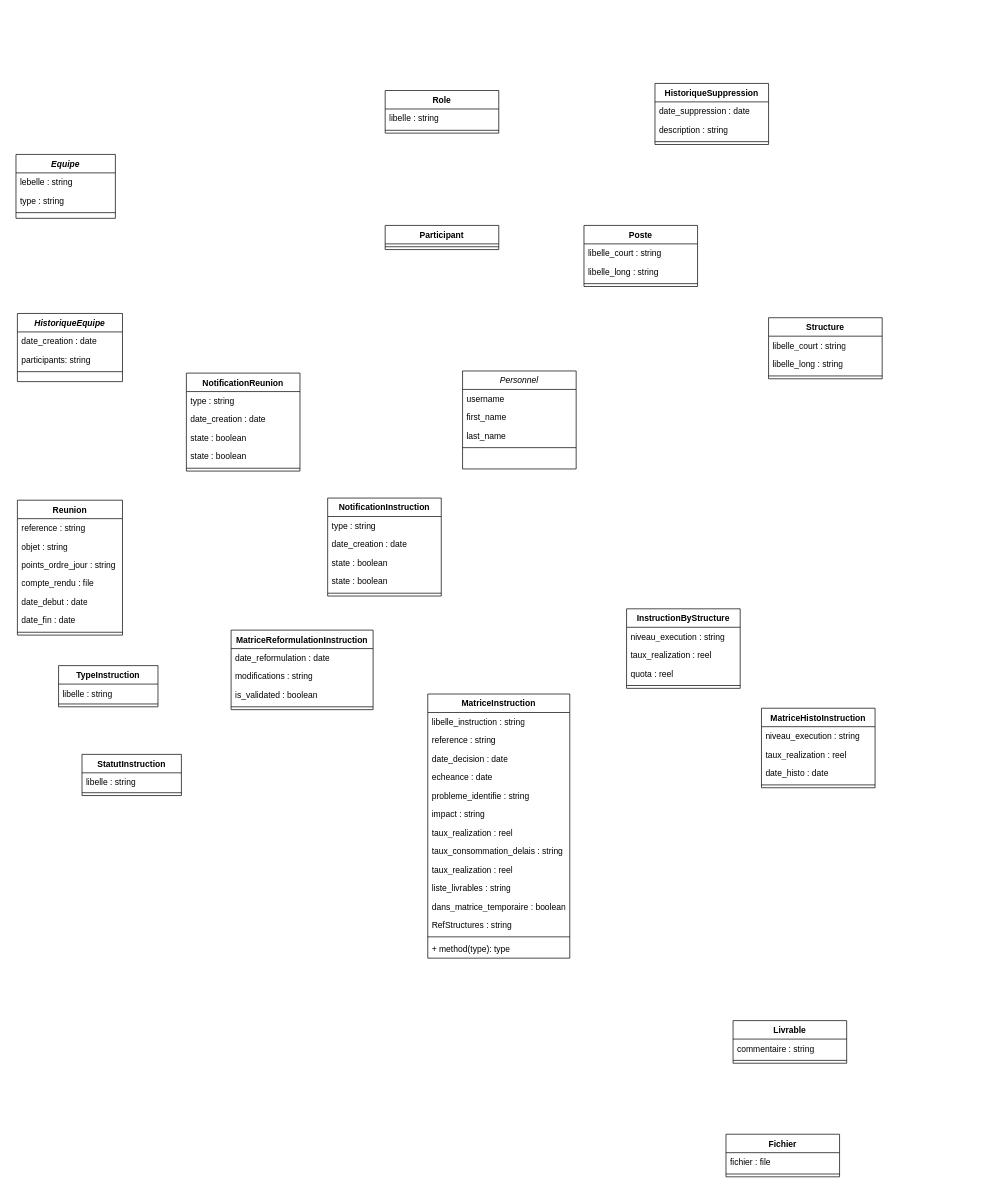
CabrelFeukeng/pp keeps this draw.io diagram as diagramme_classes_technique.drawio. Above is the earlier version. Source tidied: cells renumbered, new cells numbered last; positions are measured from the earlier drawing's top-left corner, leaving out a move shared by most shapes. Both pictures are drawn from the tidied source at 71%, with x=0, y=0 at pixel (16, 83).
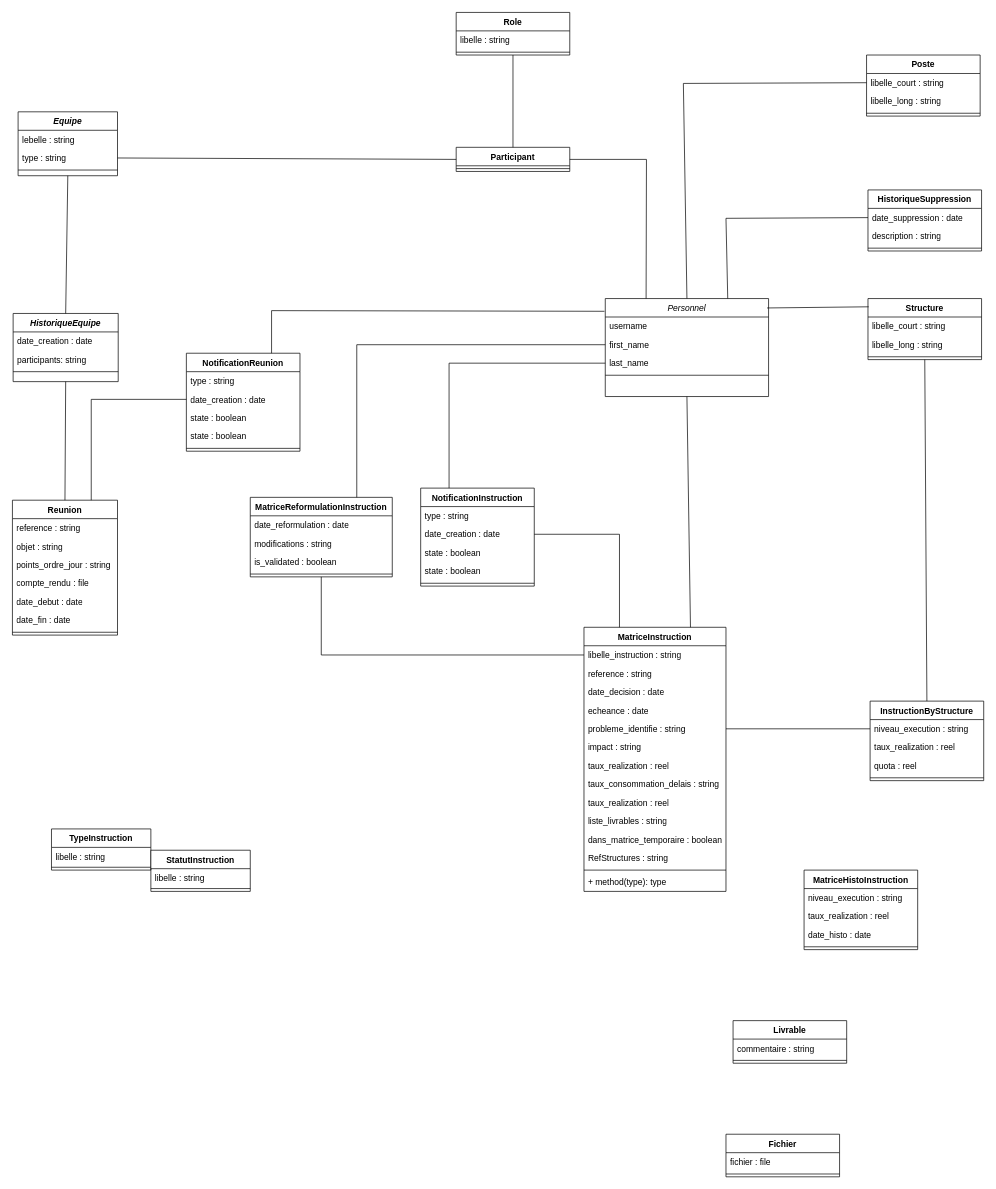
The same page after the edit.

Commit message (it also covers changes not shown here):
Mettre à jour diagramme_classes_technique.drawio

Unchanged cells that the change refers to:
```xml
<mxCell id="9" value="type : string" style="text;align=left;verticalAlign=top;spacingLeft=4;spacingRight=4;overflow=hidden;points=[[0,0.5],[1,0.5]];portConstraint=eastwest;rounded=0;shadow=0;html=0;" parent="7" vertex="1">
  <mxGeometry y="52" width="140" height="26" as="geometry" />
</mxCell>
<mxCell id="31" value="date_creation : date" style="text;strokeColor=none;fillColor=none;align=left;verticalAlign=top;spacingLeft=4;spacingRight=4;overflow=hidden;points=[[0,0.5],[1,0.5]];portConstraint=eastwest;whiteSpace=wrap;html=1;" parent="29" vertex="1">
  <mxGeometry y="52" width="160" height="26" as="geometry" />
</mxCell>
<mxCell id="37" value="date_creation : date" style="text;strokeColor=none;fillColor=none;align=left;verticalAlign=top;spacingLeft=4;spacingRight=4;overflow=hidden;points=[[0,0.5],[1,0.5]];portConstraint=eastwest;whiteSpace=wrap;html=1;" parent="35" vertex="1">
  <mxGeometry y="52" width="160" height="26" as="geometry" />
</mxCell>
<mxCell id="47" value="libelle_instruction : string" style="text;strokeColor=none;fillColor=none;align=left;verticalAlign=top;spacingLeft=4;spacingRight=4;overflow=hidden;points=[[0,0.5],[1,0.5]];portConstraint=eastwest;whiteSpace=wrap;html=1;" parent="46" vertex="1">
  <mxGeometry y="26" width="200" height="26" as="geometry" />
</mxCell>
<mxCell id="51" value="probleme_identifie : string" style="text;strokeColor=none;fillColor=none;align=left;verticalAlign=top;spacingLeft=4;spacingRight=4;overflow=hidden;points=[[0,0.5],[1,0.5]];portConstraint=eastwest;whiteSpace=wrap;html=1;" parent="46" vertex="1">
  <mxGeometry y="130" width="200" height="26" as="geometry" />
</mxCell>
<mxCell id="67" value="niveau_execution : string" style="text;strokeColor=none;fillColor=none;align=left;verticalAlign=top;spacingLeft=4;spacingRight=4;overflow=hidden;points=[[0,0.5],[1,0.5]];portConstraint=eastwest;whiteSpace=wrap;html=1;" parent="66" vertex="1">
  <mxGeometry y="26" width="160" height="26" as="geometry" />
</mxCell>
<mxCell id="87" value="libelle_court : string" style="text;strokeColor=none;fillColor=none;align=left;verticalAlign=top;spacingLeft=4;spacingRight=4;overflow=hidden;points=[[0,0.5],[1,0.5]];portConstraint=eastwest;whiteSpace=wrap;html=1;" parent="86" vertex="1">
  <mxGeometry y="26" width="160" height="26" as="geometry" />
</mxCell>
<mxCell id="91" value="date_suppression : date" style="text;strokeColor=none;fillColor=none;align=left;verticalAlign=top;spacingLeft=4;spacingRight=4;overflow=hidden;points=[[0,0.5],[1,0.5]];portConstraint=eastwest;whiteSpace=wrap;html=1;" parent="90" vertex="1">
  <mxGeometry y="26" width="160" height="26" as="geometry" />
</mxCell>
```

Change to the diagram source:
```diff
@@
     <mxCell id="2" value="Personnel" style="swimlane;fontStyle=2;align=center;verticalAlign=top;horizontal=1;startSize=26;rounded=0;shadow=0;strokeWidth=1;" parent="1" vertex="1">
-      <mxGeometry x="629" y="405" width="160" height="138" as="geometry" />
+      <mxGeometry x="830" y="303" width="230" height="138" as="geometry" />
     </mxCell>
     <mxCell id="3" value="username" style="text;align=left;verticalAlign=top;spacingLeft=4;spacingRight=4;overflow=hidden;" parent="2" vertex="1">
-      <mxGeometry y="26" width="160" height="26" as="geometry" />
+      <mxGeometry y="26" width="230" height="26" as="geometry" />
     </mxCell>
     <mxCell id="4" value="first_name" style="text;align=left;verticalAlign=top;spacingLeft=4;spacingRight=4;overflow=hidden;points=[[0,0.5],[1,0.5]];portConstraint=eastwest;rounded=0;shadow=0;html=0;" parent="2" vertex="1">
-      <mxGeometry y="52" width="160" height="26" as="geometry" />
+      <mxGeometry y="52" width="230" height="26" as="geometry" />
     </mxCell>
     <mxCell id="5" value="last_name" style="text;align=left;verticalAlign=top;spacingLeft=4;spacingRight=4;overflow=hidden;points=[[0,0.5],[1,0.5]];portConstraint=eastwest;rounded=0;shadow=0;html=0;" parent="2" vertex="1">
-      <mxGeometry y="78" width="160" height="26" as="geometry" />
+      <mxGeometry y="78" width="230" height="26" as="geometry" />
     </mxCell>
     <mxCell id="6" style="line;html=1;strokeWidth=1;align=left;verticalAlign=middle;spacingTop=-1;spacingLeft=3;spacingRight=3;labelPosition=right;" parent="2" vertex="1">
-      <mxGeometry y="104" width="160" height="8" as="geometry" />
+      <mxGeometry y="104" width="230" height="8" as="geometry" />
     </mxCell>
     <mxCell id="7" value="Equipe" style="swimlane;fontStyle=3;align=center;verticalAlign=top;horizontal=1;startSize=26;rounded=0;shadow=0;strokeWidth=1;" parent="1" vertex="1">
-      <mxGeometry y="100" width="140" height="90" as="geometry" />
+      <mxGeometry x="3" y="40" width="140" height="90" as="geometry" />
     </mxCell>
@@
     <mxCell id="11" value="HistoriqueEquipe" style="swimlane;fontStyle=3;align=center;verticalAlign=top;horizontal=1;startSize=26;rounded=0;shadow=0;strokeWidth=1;" parent="1" vertex="1">
-      <mxGeometry x="2" y="324" width="148" height="96" as="geometry" />
+      <mxGeometry x="-4" y="324" width="148" height="96" as="geometry" />
     </mxCell>
@@
     <mxCell id="15" value="Reunion" style="swimlane;fontStyle=1;align=center;verticalAlign=top;horizontal=1;startSize=26;whiteSpace=wrap;html=1;" parent="1" vertex="1">
-      <mxGeometry x="2" y="587" width="148" height="190" as="geometry" />
+      <mxGeometry x="-5" y="587" width="148" height="190" as="geometry" />
     </mxCell>
@@
     <mxCell id="23" value="TypeInstruction" style="swimlane;fontStyle=1;align=center;verticalAlign=top;horizontal=1;startSize=26;whiteSpace=wrap;html=1;" parent="1" vertex="1">
-      <mxGeometry x="60" y="820" width="140" height="58" as="geometry" />
+      <mxGeometry x="50" y="1050" width="140" height="58" as="geometry" />
     </mxCell>
@@
     <mxCell id="26" value="StatutInstruction" style="swimlane;fontStyle=1;align=center;verticalAlign=top;horizontal=1;startSize=26;whiteSpace=wrap;html=1;" parent="1" vertex="1">
-      <mxGeometry x="93" y="945" width="140" height="58" as="geometry" />
+      <mxGeometry x="190" y="1080" width="140" height="58" as="geometry" />
     </mxCell>
@@
     <mxCell id="29" value="NotificationReunion" style="swimlane;fontStyle=1;align=center;verticalAlign=top;horizontal=1;startSize=26;whiteSpace=wrap;html=1;" parent="1" vertex="1">
-      <mxGeometry x="240" y="408" width="160" height="138" as="geometry" />
+      <mxGeometry x="240" y="380" width="160" height="138" as="geometry" />
     </mxCell>
@@
     <mxCell id="35" value="NotificationInstruction" style="swimlane;fontStyle=1;align=center;verticalAlign=top;horizontal=1;startSize=26;whiteSpace=wrap;html=1;" parent="1" vertex="1">
-      <mxGeometry x="439" y="584" width="160" height="138" as="geometry" />
+      <mxGeometry x="570" y="570" width="160" height="138" as="geometry" />
     </mxCell>
@@
     <mxCell id="41" value="MatriceReformulationInstruction" style="swimlane;fontStyle=1;align=center;verticalAlign=top;horizontal=1;startSize=26;whiteSpace=wrap;html=1;" parent="1" vertex="1">
-      <mxGeometry x="303" y="770" width="200" height="112" as="geometry" />
+      <mxGeometry x="330" y="583" width="200" height="112" as="geometry" />
     </mxCell>
@@
     <mxCell id="46" value="MatriceInstruction" style="swimlane;fontStyle=1;align=center;verticalAlign=top;horizontal=1;startSize=26;whiteSpace=wrap;html=1;" parent="1" vertex="1">
-      <mxGeometry x="580" y="860" width="200" height="372" as="geometry" />
+      <mxGeometry x="800" y="766" width="200" height="372" as="geometry" />
     </mxCell>
@@
     <mxCell id="61" value="MatriceHistoInstruction" style="swimlane;fontStyle=1;align=center;verticalAlign=top;horizontal=1;startSize=26;whiteSpace=wrap;html=1;" parent="1" vertex="1">
-      <mxGeometry x="1050" y="880" width="160" height="112" as="geometry" />
+      <mxGeometry x="1110" y="1108" width="160" height="112" as="geometry" />
     </mxCell>
@@
     <mxCell id="66" value="InstructionByStructure" style="swimlane;fontStyle=1;align=center;verticalAlign=top;horizontal=1;startSize=26;whiteSpace=wrap;html=1;" parent="1" vertex="1">
-      <mxGeometry x="860" y="740" width="160" height="112" as="geometry" />
+      <mxGeometry x="1203" y="870" width="160" height="112" as="geometry" />
     </mxCell>
@@
     <mxCell id="71" value="Participant" style="swimlane;fontStyle=1;align=center;verticalAlign=top;horizontal=1;startSize=26;whiteSpace=wrap;html=1;" parent="1" vertex="1">
-      <mxGeometry x="520" y="200" width="160" height="34" as="geometry" />
+      <mxGeometry x="620" y="90" width="160" height="34" as="geometry" />
     </mxCell>
@@
     <mxCell id="73" value="Role" style="swimlane;fontStyle=1;align=center;verticalAlign=top;horizontal=1;startSize=26;whiteSpace=wrap;html=1;" parent="1" vertex="1">
-      <mxGeometry x="520" y="10" width="160" height="60" as="geometry" />
+      <mxGeometry x="620" y="-100" width="160" height="60" as="geometry" />
     </mxCell>
@@
     <mxCell id="82" value="Structure" style="swimlane;fontStyle=1;align=center;verticalAlign=top;horizontal=1;startSize=26;whiteSpace=wrap;html=1;" parent="1" vertex="1">
-      <mxGeometry x="1060" y="330" width="160" height="86" as="geometry" />
+      <mxGeometry x="1200" y="303" width="160" height="86" as="geometry" />
     </mxCell>
@@
     <mxCell id="86" value="Poste" style="swimlane;fontStyle=1;align=center;verticalAlign=top;horizontal=1;startSize=26;whiteSpace=wrap;html=1;" parent="1" vertex="1">
-      <mxGeometry x="800" y="200" width="160" height="86" as="geometry" />
+      <mxGeometry x="1198" y="-40" width="160" height="86" as="geometry" />
     </mxCell>
@@
     <mxCell id="90" value="HistoriqueSuppression" style="swimlane;fontStyle=1;align=center;verticalAlign=top;horizontal=1;startSize=26;whiteSpace=wrap;html=1;" parent="1" vertex="1">
-      <mxGeometry x="900" width="160" height="86" as="geometry" />
+      <mxGeometry x="1200" y="150" width="160" height="86" as="geometry" />
     </mxCell>
@@
+    <mxCell id="94" style="endArrow=none;html=1;rounded=0;entryX=0.5;entryY=1;entryDx=0;entryDy=0;exitX=0.5;exitY=0;exitDx=0;exitDy=0;" parent="1" edge="1" source="11" target="7">
+      <mxGeometry relative="1" as="geometry" />
+    </mxCell>
+    <mxCell id="95" style="endArrow=none;html=1;rounded=0;entryX=0.5;entryY=1;entryDx=0;entryDy=0;exitX=0.5;exitY=0;exitDx=0;exitDy=0;" parent="1" edge="1" source="15" target="11">
+      <mxGeometry relative="1" as="geometry" />
+    </mxCell>
+    <mxCell id="96" style="endArrow=none;html=1;rounded=0;entryX=0;entryY=0.5;entryDx=0;entryDy=0;exitX=0.75;exitY=0;exitDx=0;exitDy=0;" parent="1" edge="1" source="15" target="31">
+      <mxGeometry relative="1" as="geometry">
+        <Array as="points">
+          <mxPoint x="106" y="445" />
+        </Array>
+      </mxGeometry>
+    </mxCell>
+    <mxCell id="97" style="endArrow=none;html=1;rounded=0;entryX=0.5;entryY=1;entryDx=0;entryDy=0;exitX=0;exitY=0.5;exitDx=0;exitDy=0;" parent="1" edge="1" source="47" target="41">
+      <mxGeometry relative="1" as="geometry">
+        <Array as="points">
+          <mxPoint x="430" y="805" />
+        </Array>
+      </mxGeometry>
+    </mxCell>
+    <mxCell id="98" style="endArrow=none;html=1;rounded=0;exitX=0.75;exitY=0;exitDx=0;exitDy=0;entryX=-0.005;entryY=0.13;entryDx=0;entryDy=0;entryPerimeter=0;" parent="1" edge="1" source="29" target="2">
+      <mxGeometry relative="1" as="geometry">
+        <Array as="points">
+          <mxPoint x="360" y="320" />
+        </Array>
+      </mxGeometry>
+    </mxCell>
+    <mxCell id="99" style="endArrow=none;html=1;rounded=0;exitX=0.75;exitY=0;exitDx=0;exitDy=0;entryX=0;entryY=0.5;entryDx=0;entryDy=0;" parent="1" edge="1" source="41" target="4">
+      <mxGeometry relative="1" as="geometry">
+        <Array as="points">
+          <mxPoint x="480" y="368" />
+        </Array>
+      </mxGeometry>
+    </mxCell>
+    <mxCell id="100" style="endArrow=none;html=1;rounded=0;entryX=0;entryY=0.5;entryDx=0;entryDy=0;exitX=0.25;exitY=0;exitDx=0;exitDy=0;" parent="1" edge="1" source="35" target="5">
+      <mxGeometry relative="1" as="geometry">
+        <Array as="points">
+          <mxPoint x="610" y="394" />
+        </Array>
+      </mxGeometry>
+    </mxCell>
+    <mxCell id="101" style="endArrow=none;html=1;rounded=0;exitX=0.25;exitY=0;exitDx=0;exitDy=0;entryX=1;entryY=0.5;entryDx=0;entryDy=0;" parent="1" edge="1" source="46" target="37">
+      <mxGeometry relative="1" as="geometry">
+        <Array as="points">
+          <mxPoint x="850" y="635" />
+        </Array>
+      </mxGeometry>
+    </mxCell>
+    <mxCell id="102" style="endArrow=none;html=1;rounded=0;entryX=0.5;entryY=1;entryDx=0;entryDy=0;exitX=0.75;exitY=0;exitDx=0;exitDy=0;" parent="1" edge="1" source="46" target="2">
+      <mxGeometry relative="1" as="geometry" />
+    </mxCell>
+    <mxCell id="103" style="endArrow=none;html=1;rounded=0;exitX=0.991;exitY=0.096;exitDx=0;exitDy=0;exitPerimeter=0;entryX=0.006;entryY=0.135;entryDx=0;entryDy=0;entryPerimeter=0;" parent="1" edge="1" source="2" target="82">
+      <mxGeometry relative="1" as="geometry" />
+    </mxCell>
+    <mxCell id="104" style="endArrow=none;html=1;rounded=0;exitX=0.75;exitY=0;exitDx=0;exitDy=0;entryX=0;entryY=0.5;entryDx=0;entryDy=0;" parent="1" edge="1" source="2" target="91">
+      <mxGeometry relative="1" as="geometry">
+        <Array as="points">
+          <mxPoint x="1000" y="190" />
+        </Array>
+      </mxGeometry>
+    </mxCell>
+    <mxCell id="105" style="endArrow=none;html=1;rounded=0;exitX=0.5;exitY=0;exitDx=0;exitDy=0;entryX=0;entryY=0.5;entryDx=0;entryDy=0;" parent="1" edge="1" source="2" target="87">
+      <mxGeometry relative="1" as="geometry">
+        <Array as="points">
+          <mxPoint x="940" />
+        </Array>
+      </mxGeometry>
+    </mxCell>
+    <mxCell id="106" style="endArrow=none;html=1;rounded=0;entryX=1;entryY=0.5;entryDx=0;entryDy=0;exitX=0.25;exitY=0;exitDx=0;exitDy=0;" parent="1" edge="1" source="2" target="71">
+      <mxGeometry relative="1" as="geometry">
+        <Array as="points">
+          <mxPoint x="888" y="107" />
+        </Array>
+      </mxGeometry>
+    </mxCell>
+    <mxCell id="107" style="endArrow=none;html=1;rounded=0;entryX=0.5;entryY=1;entryDx=0;entryDy=0;exitX=0.5;exitY=0;exitDx=0;exitDy=0;" parent="1" edge="1" source="71" target="73">
+      <mxGeometry relative="1" as="geometry" />
+    </mxCell>
+    <mxCell id="108" style="endArrow=none;html=1;rounded=0;exitX=1;exitY=0.5;exitDx=0;exitDy=0;entryX=0;entryY=0.5;entryDx=0;entryDy=0;" parent="1" edge="1" source="9" target="71">
+      <mxGeometry relative="1" as="geometry" />
+    </mxCell>
+    <mxCell id="109" style="endArrow=none;html=1;rounded=0;entryX=0.5;entryY=1;entryDx=0;entryDy=0;exitX=0.5;exitY=0;exitDx=0;exitDy=0;" parent="1" edge="1" source="66" target="82">
+      <mxGeometry relative="1" as="geometry" />
+    </mxCell>
+    <mxCell id="110" style="endArrow=none;html=1;rounded=0;exitX=1;exitY=0.5;exitDx=0;exitDy=0;entryX=0;entryY=0.5;entryDx=0;entryDy=0;" parent="1" edge="1" source="51" target="67">
+      <mxGeometry relative="1" as="geometry" />
+    </mxCell>
```
